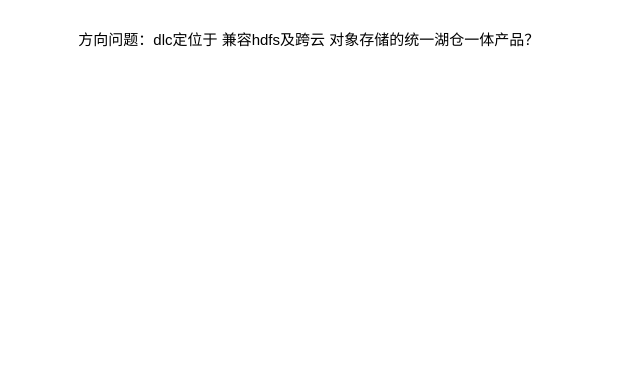
Before: dlc+tbds私有化.drawio in yuhuali1989/ui, a draw.io diagram. Source tidied: cells renumbered, new cells numbered last; positions are measured from the earlier drawing's top-left corner, leaving out a move shared by most shapes. Both pictures are drawn from the tidied source at 125%, with x=0, y=0 at pixel (21, 21).
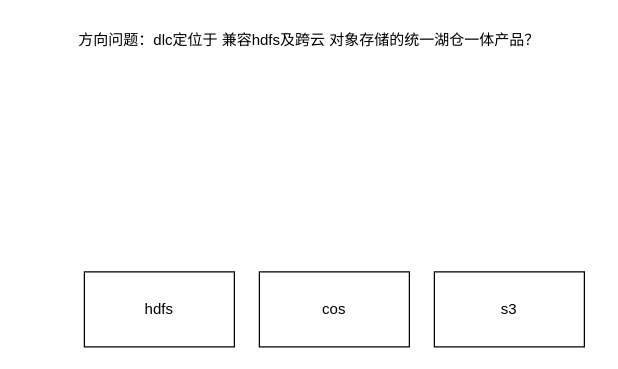
The same diagram, later.

Diff of the diagram source:
```diff
@@
 <mxGraphModel>
   <root>
     <mxCell id="0" />
     <mxCell id="1" parent="0" />
     <mxCell id="2" value="方向问题：dlc定位于 兼容hdfs及跨云 对象存储的统一湖仓一体产品？" style="text;html=1;strokeColor=none;fillColor=none;align=center;verticalAlign=middle;whiteSpace=wrap;rounded=0;" parent="1" vertex="1">
       <mxGeometry width="460" height="30" as="geometry" />
     </mxCell>
+    <mxCell id="3" value="hdfs" style="rounded=0;whiteSpace=wrap;html=1;" parent="1" vertex="1">
+      <mxGeometry x="50" y="200" width="120" height="60" as="geometry" />
+    </mxCell>
+    <mxCell id="4" value="cos" style="rounded=0;whiteSpace=wrap;html=1;" parent="1" vertex="1">
+      <mxGeometry x="190" y="200" width="120" height="60" as="geometry" />
+    </mxCell>
+    <mxCell id="5" value="s3" style="rounded=0;whiteSpace=wrap;html=1;" parent="1" vertex="1">
+      <mxGeometry x="330" y="200" width="120" height="60" as="geometry" />
+    </mxCell>
   </root>
 </mxGraphModel>
```
